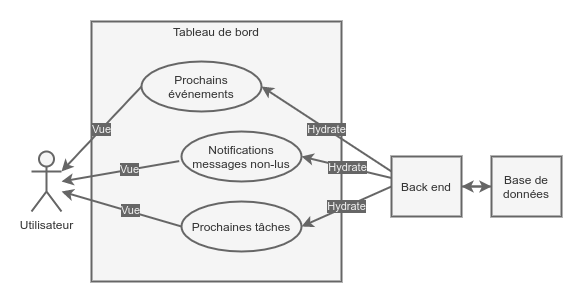
Above: home-usage.drawio.png in TanguyLunais-Robin/TestTest2020 (draw.io), before the change. Source tidied: cells renumbered, new cells last; positions are measured from the earlier drawing's top-left corner, leaving out a move shared by most shapes.
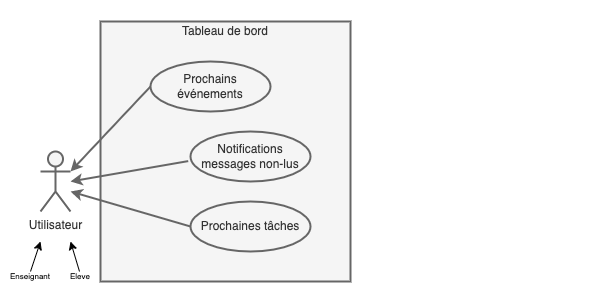
After the commit.

What changed in the source:
```diff
@@ -13,10 +13,7 @@
         <mxPoint x="60" y="180" as="targetPoint" />
       </mxGeometry>
     </mxCell>
-    <mxCell id="5" value="Vue" style="edgeLabel;html=1;align=center;verticalAlign=middle;labelBackgroundColor=#666666;fontColor=#F0F0F0;" parent="4" vertex="1">
-      <mxGeometry x="-0.15" relative="1" as="geometry" />
-    </mxCell>
-    <mxCell id="6" value="Vue" style="rounded=0;jettySize=auto;html=1;strokeWidth=2;fillColor=#f5f5f5;strokeColor=#666666;exitX=0;exitY=0.5;exitDx=0;exitDy=0;entryX=1;entryY=0.3333333333333333;entryDx=0;entryDy=0;entryPerimeter=0;labelBackgroundColor=#666666;fontColor=#F0F0F0;" parent="1" edge="1" source="12" target="9">
+    <mxCell id="6" style="rounded=0;jettySize=auto;html=1;strokeWidth=2;fillColor=#f5f5f5;strokeColor=#666666;exitX=0;exitY=0.5;exitDx=0;exitDy=0;entryX=1;entryY=0.3333333333333333;entryDx=0;entryDy=0;entryPerimeter=0;labelBackgroundColor=#666666;fontColor=#F0F0F0;" parent="1" edge="1" source="12" target="9">
       <mxGeometry relative="1" as="geometry" />
     </mxCell>
     <mxCell id="7" style="rounded=0;jettySize=auto;html=1;strokeWidth=2;fillColor=#f5f5f5;strokeColor=#666666;exitX=0;exitY=0.5;exitDx=0;exitDy=0;" parent="1" edge="1" source="16">
@@ -24,44 +21,38 @@
         <mxPoint x="60" y="190" as="targetPoint" />
       </mxGeometry>
     </mxCell>
-    <mxCell id="8" value="Vue" style="edgeLabel;html=1;align=center;verticalAlign=middle;labelBackgroundColor=#666666;fontColor=#F0F0F0;" parent="7" vertex="1">
-      <mxGeometry x="-0.14" y="-1" relative="1" as="geometry" />
-    </mxCell>
     <mxCell id="9" value="Utilisateur" style="shape=umlActor;verticalLabelPosition=bottom;verticalAlign=top;html=1;outlineConnect=0;strokeWidth=2;fillColor=#f5f5f5;strokeColor=#666666;fontColor=#333333;" parent="1" vertex="1">
       <mxGeometry x="30" y="150" width="30" height="60" as="geometry" />
     </mxCell>
     <mxCell id="10" value="Tableau de bord" style="text;html=1;align=center;verticalAlign=middle;whiteSpace=wrap;rounded=0;strokeWidth=2;fontColor=#333333;" parent="1" vertex="1">
       <mxGeometry x="150" y="20" width="130" height="20" as="geometry" />
     </mxCell>
-    <mxCell id="11" value="Hydrate" style="edgeStyle=none;rounded=0;jettySize=auto;html=1;strokeWidth=2;fillColor=#f5f5f5;strokeColor=#666666;entryX=1;entryY=0.5;entryDx=0;entryDy=0;exitX=0;exitY=0.25;exitDx=0;exitDy=0;labelBackgroundColor=#666666;fontColor=#F0F0F0;" parent="1" edge="1" source="18" target="12">
-      <mxGeometry relative="1" as="geometry" />
-    </mxCell>
     <mxCell id="12" value="Prochains événements" style="ellipse;whiteSpace=wrap;html=1;strokeWidth=2;fillColor=#f5f5f5;strokeColor=#666666;fontColor=#333333;" parent="1" vertex="1">
       <mxGeometry x="140" y="60" width="120" height="50" as="geometry" />
     </mxCell>
-    <mxCell id="13" value="Hydrate" style="edgeStyle=none;rounded=0;jettySize=auto;html=1;exitX=0.021;exitY=0.364;exitDx=0;exitDy=0;strokeWidth=2;fillColor=#f5f5f5;strokeColor=#666666;entryX=1;entryY=0.5;entryDx=0;entryDy=0;exitPerimeter=0;labelBackgroundColor=#666666;fontColor=#F0F0F0;" parent="1" edge="1" source="18" target="14">
-      <mxGeometry relative="1" as="geometry" />
-    </mxCell>
     <mxCell id="14" value="Notifications messages non-lus" style="ellipse;whiteSpace=wrap;html=1;strokeWidth=2;fillColor=#f5f5f5;strokeColor=#666666;fontColor=#333333;" parent="1" vertex="1">
       <mxGeometry x="180" y="130" width="120" height="50" as="geometry" />
     </mxCell>
-    <mxCell id="15" value="Hydrate" style="edgeStyle=none;rounded=0;jettySize=auto;html=1;strokeWidth=2;fillColor=#f5f5f5;strokeColor=#666666;exitX=0;exitY=0.5;exitDx=0;exitDy=0;entryX=1;entryY=0.5;entryDx=0;entryDy=0;labelBackgroundColor=#666666;fontColor=#F0F0F0;" parent="1" edge="1" source="18" target="16">
-      <mxGeometry relative="1" as="geometry" />
-    </mxCell>
     <mxCell id="16" value="Prochaines tâches" style="ellipse;whiteSpace=wrap;html=1;strokeWidth=2;fillColor=#f5f5f5;strokeColor=#666666;fontColor=#333333;" parent="1" vertex="1">
       <mxGeometry x="180" y="200" width="120" height="50" as="geometry" />
     </mxCell>
-    <mxCell id="17" style="edgeStyle=none;rounded=0;jettySize=auto;html=1;entryX=0;entryY=0.5;entryDx=0;entryDy=0;strokeWidth=2;fillColor=#f5f5f5;strokeColor=#666666;" parent="1" edge="1" source="18" target="20">
-      <mxGeometry relative="1" as="geometry" />
-    </mxCell>
-    <mxCell id="18" value="Back end" style="rounded=0;whiteSpace=wrap;html=1;strokeWidth=2;fillColor=#f5f5f5;strokeColor=#666666;fontColor=#333333;" parent="1" vertex="1">
-      <mxGeometry x="390" y="155" width="70" height="60" as="geometry" />
-    </mxCell>
-    <mxCell id="19" style="edgeStyle=none;rounded=0;jettySize=auto;html=1;entryX=1;entryY=0.5;entryDx=0;entryDy=0;strokeWidth=2;fillColor=#f5f5f5;strokeColor=#666666;" parent="1" edge="1" source="20" target="18">
-      <mxGeometry relative="1" as="geometry" />
-    </mxCell>
-    <mxCell id="20" value="Base de données" style="rounded=0;whiteSpace=wrap;html=1;strokeWidth=2;fillColor=#f5f5f5;strokeColor=#666666;fontColor=#333333;" parent="1" vertex="1">
-      <mxGeometry x="490" y="155" width="70" height="60" as="geometry" />
-    </mxCell>
+    <mxCell id="21" style="endArrow=classic;html=1;rounded=0;fontSize=8;" parent="1" edge="1">
+      <mxGeometry relative="1" as="geometry">
+        <mxPoint x="20" y="270" as="sourcePoint" />
+        <mxPoint x="30" y="240" as="targetPoint" />
+      </mxGeometry>
+    </mxCell>
+    <mxCell id="22" style="endArrow=classic;html=1;rounded=0;fontSize=8;" parent="1" edge="1">
+      <mxGeometry relative="1" as="geometry">
+        <mxPoint x="69" y="270" as="sourcePoint" />
+        <mxPoint x="60" y="240" as="targetPoint" />
+      </mxGeometry>
+    </mxCell>
+    <mxCell id="23" value="Enseignant" style="text;html=1;strokeColor=none;fillColor=none;align=center;verticalAlign=middle;whiteSpace=wrap;rounded=0;fontSize=8;" parent="1" vertex="1">
+      <mxGeometry x="-10" y="260" width="60" height="30" as="geometry" />
+    </mxCell>
+    <mxCell id="24" value="Eleve" style="text;html=1;strokeColor=none;fillColor=none;align=center;verticalAlign=middle;whiteSpace=wrap;rounded=0;fontSize=8;" parent="1" vertex="1">
+      <mxGeometry x="40" y="260" width="60" height="30" as="geometry" />
+    </mxCell>
   </root>
 </mxGraphModel>
```
